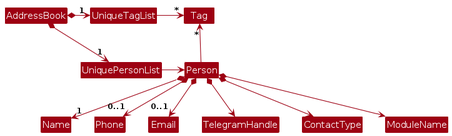
This is diagrams/BetterModelClassDiagram.png from AY2425S1-CS2103T-W12-3/tp, a PlantUML export, as it was before one commit. Its source is kept beside it as diagrams/BetterModelClassDiagram.puml.
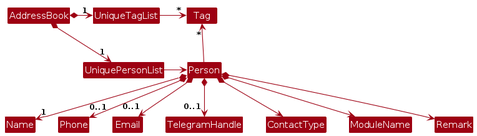
The same file after the commit.

Change to the diagram source:
```diff
@@ -17,7 +17,8 @@
 Person *--> "1" Name
 Person *--> "0..1" Phone
 Person *--> "0..1" Email
-Person *--> TelegramHandle
+Person *--> "0..1" TelegramHandle
 Person *--> ContactType
 Person *--> ModuleName
+Person *--> Remark
 @enduml
```
